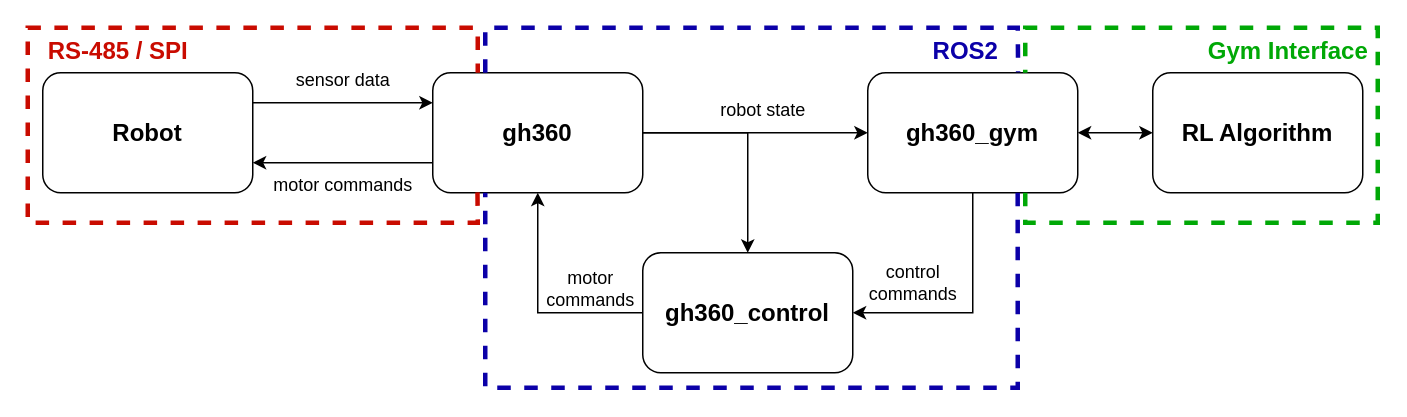
Before: runs/gh360_software_stack_v2.drawio in LauEls/TD7, a draw.io diagram. Source tidied: cells renumbered, new cells numbered last; positions are measured from the earlier drawing's top-left corner, leaving out a move shared by most shapes. Both pictures are drawn from the tidied source at 150%, with x=0, y=0 at pixel (27, 27).
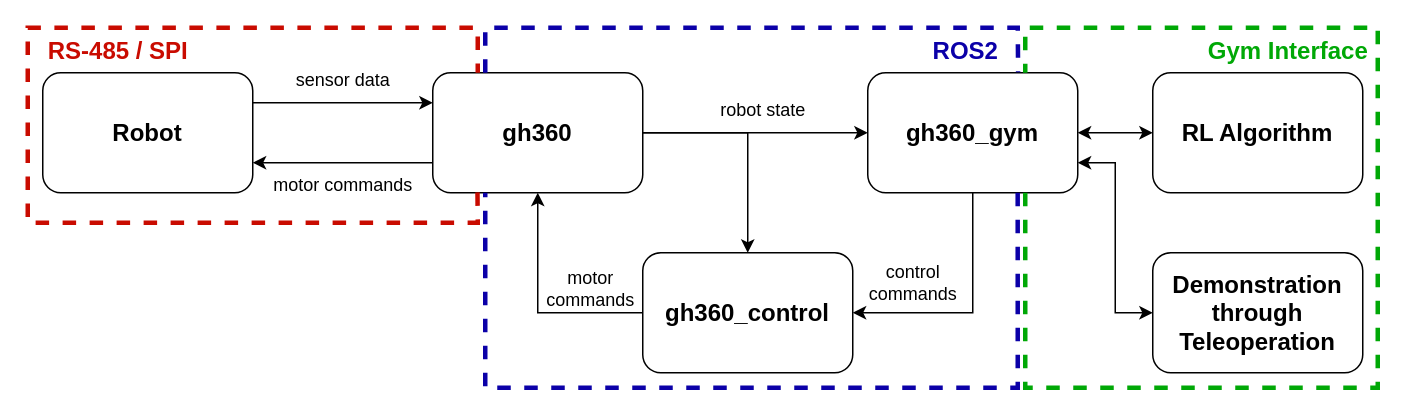
Above is the later version.

Unchanged cells that the change refers to:
```xml
<mxCell id="11" value="gh360_gym" style="rounded=1;whiteSpace=wrap;html=1;fontStyle=1;fontSize=16;" parent="1" vertex="1">
  <mxGeometry x="560" y="30" width="140" height="80" as="geometry" />
</mxCell>
```

The edit, as a diff of the source:
```diff
@@
     <mxCell id="14" style="endArrow=none;dashed=1;html=1;rounded=0;curved=0;strokeColor=#00A806;strokeWidth=3;exitX=0.75;exitY=1;exitDx=0;exitDy=0;entryX=0.75;entryY=0;entryDx=0;entryDy=0;" parent="1" edge="1" source="11" target="11">
       <mxGeometry relative="1" as="geometry">
         <Array as="points">
-          <mxPoint x="665" y="130" />
-          <mxPoint x="900" y="130" />
+          <mxPoint x="665" y="240" />
+          <mxPoint x="900" y="240" />
           <mxPoint x="900" />
           <mxPoint x="665" />
         </Array>
       </mxGeometry>
     </mxCell>
@@
+    <mxCell id="26" value="Demonstration&lt;br&gt;through&lt;br&gt;Teleoperation" style="rounded=1;whiteSpace=wrap;html=1;fontStyle=1;fontSize=16;" parent="1" vertex="1">
+      <mxGeometry x="750" y="150" width="140" height="80" as="geometry" />
+    </mxCell>
+    <mxCell id="27" style="edgeStyle=orthogonalEdgeStyle;rounded=0;jettySize=auto;html=1;entryX=1;entryY=0.75;entryDx=0;entryDy=0;endArrow=classic;endFill=1;startArrow=classic;startFill=1;exitX=0;exitY=0.5;exitDx=0;exitDy=0;" parent="1" edge="1" source="26" target="11">
+      <mxGeometry relative="1" as="geometry" />
+    </mxCell>
```
